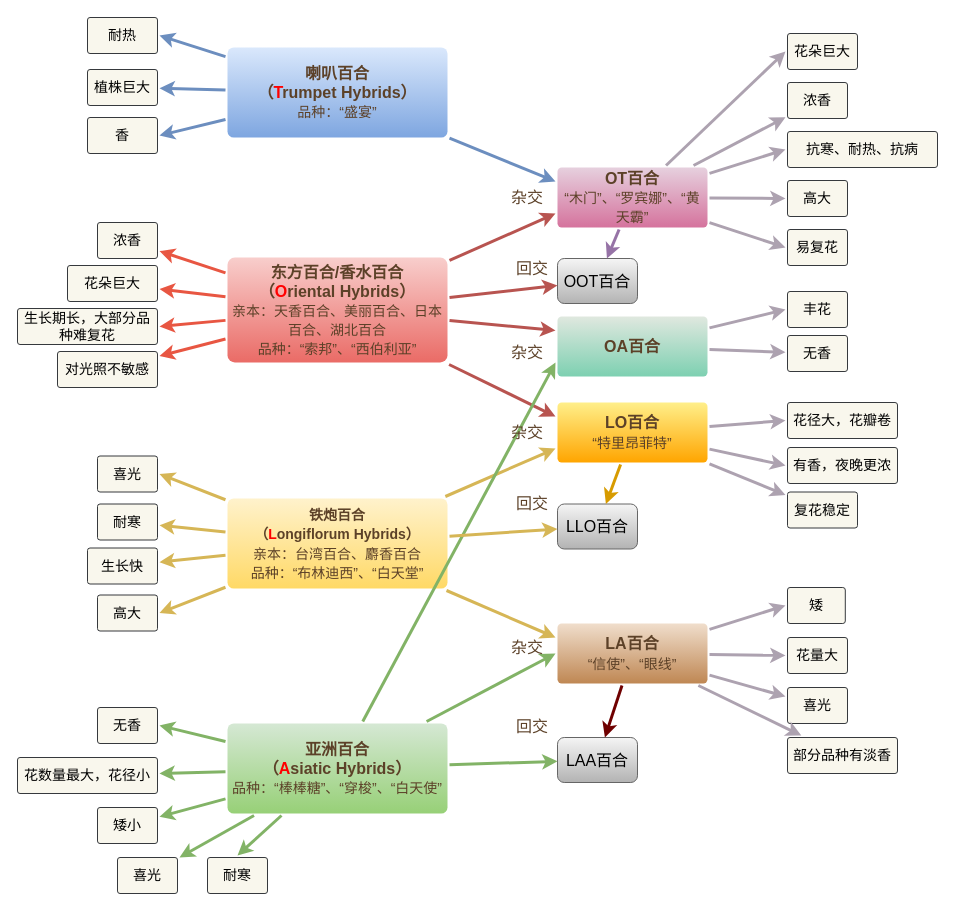
Above: botany/lily.drawio in tpcx/draw-public (draw.io), before the change. Source tidied: cells renumbered, new cells numbered last; positions are measured from the earlier drawing's top-left corner, leaving out a move shared by most shapes. Both pictures are drawn from the tidied source at 100%, with x=0, y=0 at pixel (17, 17).
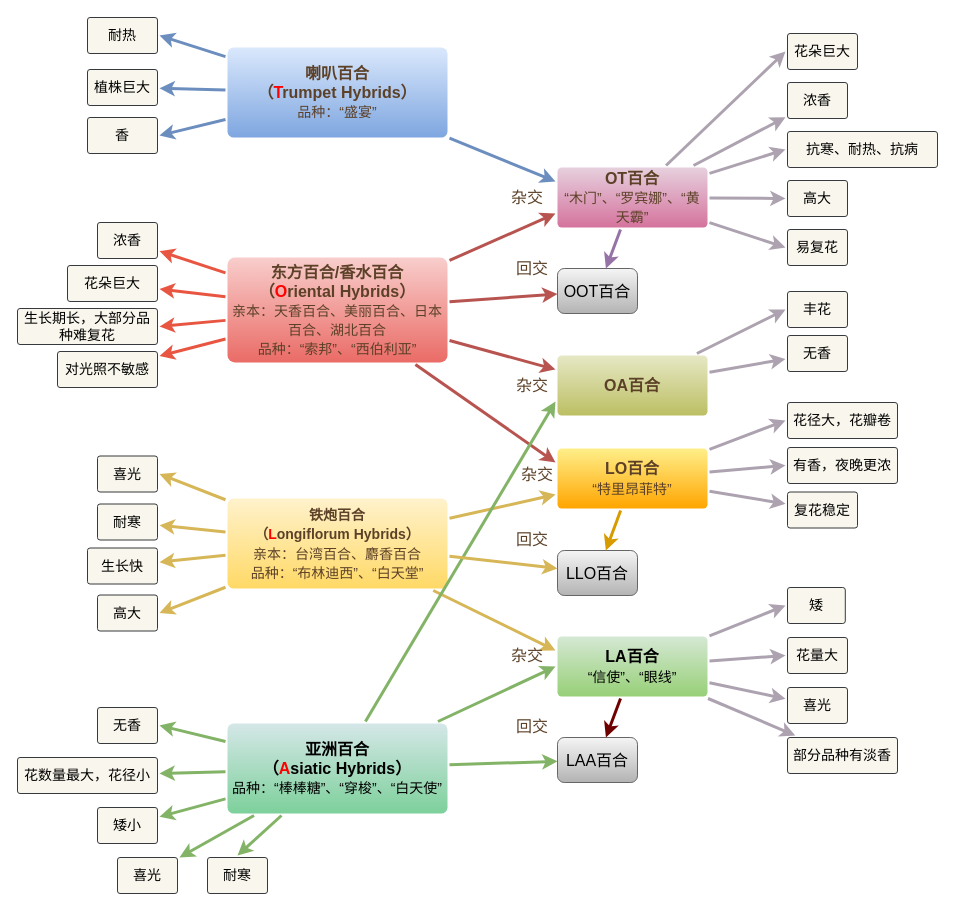
Above is the later version.

The edit, as a diff of the source:
```diff
@@
-    <mxCell id="18" value="亚洲百合&lt;br&gt;（&lt;font color=&quot;#ff0000&quot;&gt;A&lt;/font&gt;siatic Hybrids）&lt;br style=&quot;font-size: 16px&quot;&gt;&lt;span style=&quot;font-weight: normal&quot;&gt;&lt;font style=&quot;font-size: 14px&quot;&gt;品种：“棒棒糖”、“穿梭”、“白天使”&lt;/font&gt;&lt;/span&gt;" style="rounded=1;whiteSpace=wrap;html=1;shadow=0;labelBackgroundColor=none;strokeWidth=3;fontFamily=Helvetica;fontSize=16;align=center;spacing=5;fontStyle=1;arcSize=7;perimeterSpacing=2;fillColor=#d5e8d4;gradientColor=#97d077;strokeColor=none;fontColor=#5C4128;" parent="1" vertex="1">
+    <mxCell id="18" value="亚洲百合&lt;br&gt;（&lt;font color=&quot;#ff0000&quot;&gt;A&lt;/font&gt;siatic Hybrids）&lt;br style=&quot;font-size: 16px&quot;&gt;&lt;span style=&quot;font-weight: normal&quot;&gt;&lt;font style=&quot;font-size: 14px&quot;&gt;品种：“棒棒糖”、“穿梭”、“白天使”&lt;/font&gt;&lt;/span&gt;" style="rounded=1;whiteSpace=wrap;html=1;shadow=0;labelBackgroundColor=none;strokeWidth=3;fontFamily=Helvetica;fontSize=16;align=center;spacing=5;fontStyle=1;arcSize=7;perimeterSpacing=2;gradientColor=#7DD09B;fillColor=#D5E7E8;strokeColor=none;" parent="1" vertex="1">
       <mxGeometry x="210" y="706" width="220" height="90" as="geometry" />
     </mxCell>
@@
     <mxCell id="26" value="LO百合&lt;br&gt;&lt;span style=&quot;font-weight: normal&quot;&gt;&lt;font style=&quot;font-size: 14px&quot;&gt;“特里昂菲特”&lt;/font&gt;&lt;/span&gt;" style="rounded=1;whiteSpace=wrap;html=1;shadow=0;labelBackgroundColor=none;strokeWidth=3;fontFamily=Helvetica;fontSize=16;align=center;spacing=5;fontStyle=1;arcSize=7;perimeterSpacing=2;gradientColor=#ffa500;strokeColor=none;fontColor=#5C4128;fillColor=#FFEF8A;" parent="1" vertex="1">
-      <mxGeometry x="540" y="385" width="150" height="60" as="geometry" />
+      <mxGeometry x="540" y="431" width="150" height="60" as="geometry" />
     </mxCell>
-    <mxCell id="27" value="LA百合&lt;br style=&quot;font-size: 16px&quot;&gt;&lt;span style=&quot;font-weight: normal&quot;&gt;&lt;font style=&quot;font-size: 14px&quot;&gt;“信使”、“眼线”&lt;/font&gt;&lt;/span&gt;" style="rounded=1;whiteSpace=wrap;html=1;shadow=0;labelBackgroundColor=none;strokeWidth=3;fontFamily=Helvetica;fontSize=16;align=center;spacing=5;fontStyle=1;arcSize=7;perimeterSpacing=2;strokeColor=none;fontColor=#5C4128;gradientColor=#BF8753;fillColor=#F0DECC;" parent="1" vertex="1">
-      <mxGeometry x="540" y="606" width="150" height="60" as="geometry" />
+    <mxCell id="27" value="LA百合&lt;br style=&quot;font-size: 16px&quot;&gt;&lt;span style=&quot;font-weight: normal&quot;&gt;&lt;font style=&quot;font-size: 14px&quot;&gt;“信使”、“眼线”&lt;/font&gt;&lt;/span&gt;" style="rounded=1;whiteSpace=wrap;html=1;shadow=0;labelBackgroundColor=none;strokeWidth=3;fontFamily=Helvetica;fontSize=16;align=center;spacing=5;fontStyle=1;arcSize=7;perimeterSpacing=2;gradientColor=#97d077;fillColor=#d5e8d4;strokeColor=none;" parent="1" vertex="1">
+      <mxGeometry x="540" y="619" width="150" height="60" as="geometry" />
     </mxCell>
@@
-    <mxCell id="33" value="OA百合" style="rounded=1;whiteSpace=wrap;html=1;shadow=0;labelBackgroundColor=none;strokeWidth=3;fontFamily=Helvetica;fontSize=16;align=center;spacing=5;fontStyle=1;arcSize=7;perimeterSpacing=2;gradientColor=#7DD0B1;fillColor=#E0E8DF;strokeColor=none;fontColor=#5C4128;" parent="1" vertex="1">
-      <mxGeometry x="540" y="299" width="150" height="60" as="geometry" />
+    <mxCell id="33" value="OA百合" style="rounded=1;whiteSpace=wrap;html=1;shadow=0;labelBackgroundColor=none;strokeWidth=3;fontFamily=Helvetica;fontSize=16;align=center;spacing=5;fontStyle=1;arcSize=7;perimeterSpacing=2;strokeColor=none;fontColor=#5C4128;gradientColor=#BCBF63;fillColor=#E6E8C5;" parent="1" vertex="1">
+      <mxGeometry x="540" y="338" width="150" height="60" as="geometry" />
     </mxCell>
@@
     <mxCell id="61" value="杂交" style="text;html=1;strokeColor=none;fillColor=none;align=center;verticalAlign=middle;whiteSpace=wrap;rounded=0;fontSize=16;fontColor=#5C4128;" parent="1" vertex="1">
-      <mxGeometry x="490" y="325" width="40" height="20" as="geometry" />
+      <mxGeometry x="495" y="358" width="40" height="20" as="geometry" />
     </mxCell>
     <mxCell id="62" value="杂交" style="text;html=1;strokeColor=none;fillColor=none;align=center;verticalAlign=middle;whiteSpace=wrap;rounded=0;fontSize=16;fontColor=#5C4128;" parent="1" vertex="1">
-      <mxGeometry x="490" y="405" width="40" height="20" as="geometry" />
+      <mxGeometry x="500" y="446.5" width="40" height="20" as="geometry" />
     </mxCell>
     <mxCell id="63" value="杂交" style="text;html=1;strokeColor=none;fillColor=none;align=center;verticalAlign=middle;whiteSpace=wrap;rounded=0;fontSize=16;fontColor=#5C4128;" parent="1" vertex="1">
-      <mxGeometry x="490" y="620" width="40" height="20" as="geometry" />
+      <mxGeometry x="490" y="628" width="40" height="20" as="geometry" />
     </mxCell>
@@
     <mxCell id="83" value="LLO百合" style="rounded=1;whiteSpace=wrap;html=1;strokeWidth=1;fillColor=#f5f5f5;gradientColor=#b3b3b3;fontSize=16;strokeColor=#666666;" parent="1" vertex="1">
-      <mxGeometry x="540" y="486.5" width="80" height="45" as="geometry" />
+      <mxGeometry x="540" y="533" width="80" height="45" as="geometry" />
     </mxCell>
@@
     <mxCell id="86" value="OOT百合" style="rounded=1;whiteSpace=wrap;html=1;strokeWidth=1;fillColor=#f5f5f5;gradientColor=#b3b3b3;fontSize=16;strokeColor=#666666;" parent="1" vertex="1">
-      <mxGeometry x="540" y="241" width="80" height="45" as="geometry" />
+      <mxGeometry x="540" y="251" width="80" height="45" as="geometry" />
     </mxCell>
@@
     <mxCell id="91" value="回交" style="text;html=1;strokeColor=none;fillColor=none;align=center;verticalAlign=middle;whiteSpace=wrap;rounded=0;fontSize=16;fontColor=#5C4128;" parent="1" vertex="1">
-      <mxGeometry x="490" y="474.5" width="50" height="22" as="geometry" />
+      <mxGeometry x="490" y="511" width="50" height="22" as="geometry" />
     </mxCell>
```
